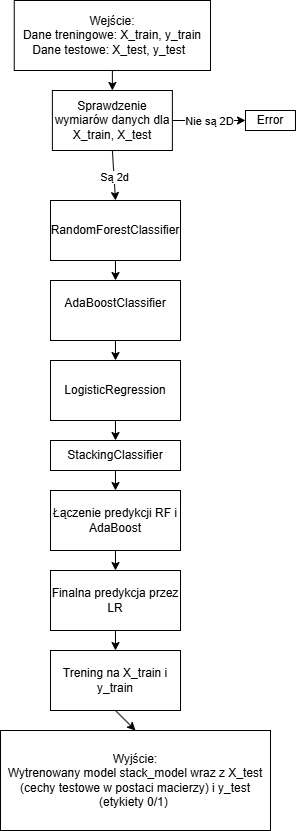
Earlier version of the draw.io export img/diagrams/metoda14.drawio.png (Foxxich/thesis). Source tidied: cells renumbered, new cells last; positions are measured from the earlier drawing's top-left corner, leaving out a move shared by most shapes.
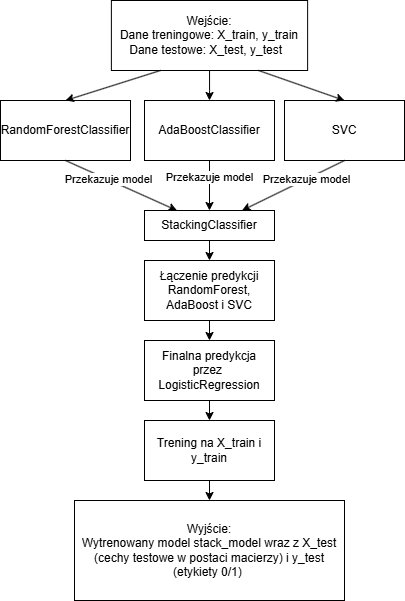
Later version of the same file.

Change to the diagram source:
```diff
@@ -2,62 +2,37 @@
   <root>
     <mxCell id="0" />
     <mxCell id="1" parent="0" />
+    <mxCell id="25" style="edgeStyle=orthogonalEdgeStyle;rounded=0;jettySize=auto;html=1;entryX=0.5;entryY=0;entryDx=0;entryDy=0;" parent="1" edge="1" source="2" target="11">
+      <mxGeometry relative="1" as="geometry" />
+    </mxCell>
     <mxCell id="2" value="&lt;div&gt;Wejście:&lt;/div&gt;&lt;div&gt;&lt;span style=&quot;background-color: transparent; color: light-dark(rgb(0, 0, 0), rgb(255, 255, 255));&quot;&gt;Dane treningowe: X_train, y_train&lt;/span&gt;&lt;/div&gt;&lt;div&gt;&lt;span style=&quot;background-color: transparent; color: light-dark(rgb(0, 0, 0), rgb(255, 255, 255));&quot;&gt;Dane testowe: X_test, y_test&amp;nbsp;&amp;nbsp;&lt;/span&gt;&lt;/div&gt;" style="rounded=0;whiteSpace=wrap;html=1;" parent="1" vertex="1">
-      <mxGeometry x="13.8" width="196.2" height="70" as="geometry" />
+      <mxGeometry x="30.9" width="196.2" height="70" as="geometry" />
     </mxCell>
-    <mxCell id="3" value="Sprawdzenie wymiarów danych dla X_train, X_test" style="rounded=0;whiteSpace=wrap;html=1;" parent="1" vertex="1">
-      <mxGeometry x="51.9" y="90" width="120" height="60" as="geometry" />
-    </mxCell>
-    <mxCell id="4" style="endArrow=classic;html=1;rounded=0;exitX=0.5;exitY=1;exitDx=0;exitDy=0;entryX=0.5;entryY=0;entryDx=0;entryDy=0;" parent="1" edge="1" source="3" target="10">
-      <mxGeometry relative="1" as="geometry" />
-    </mxCell>
-    <mxCell id="5" value="Są&amp;nbsp;2d" style="edgeLabel;html=1;align=center;verticalAlign=middle;" parent="4" vertex="1">
-      <mxGeometry x="0.18" y="1" relative="1" as="geometry">
-        <mxPoint x="-1" y="-3" as="offset" />
-      </mxGeometry>
-    </mxCell>
-    <mxCell id="6" style="endArrow=classic;html=1;rounded=0;exitX=1;exitY=0.5;exitDx=0;exitDy=0;" parent="1" edge="1" source="3">
-      <mxGeometry relative="1" as="geometry">
-        <mxPoint x="245" y="120" as="targetPoint" />
-      </mxGeometry>
-    </mxCell>
-    <mxCell id="7" value="Nie są 2D" style="edgeLabel;html=1;align=center;verticalAlign=middle;" parent="6" vertex="1">
-      <mxGeometry x="0.52" y="-1" relative="1" as="geometry">
-        <mxPoint x="-19" y="-1" as="offset" />
-      </mxGeometry>
-    </mxCell>
-    <mxCell id="8" value="Error" style="rounded=0;whiteSpace=wrap;html=1;" parent="1" vertex="1">
-      <mxGeometry x="245" y="110" width="50" height="20" as="geometry" />
-    </mxCell>
-    <mxCell id="9" style="endArrow=classic;html=1;rounded=0;exitX=0.5;exitY=1;exitDx=0;exitDy=0;entryX=0.5;entryY=0;entryDx=0;entryDy=0;" parent="1" edge="1" source="2" target="3">
-      <mxGeometry relative="1" as="geometry" />
-    </mxCell>
     <mxCell id="10" value="&lt;div&gt;RandomForestClassifier&lt;/div&gt;" style="rounded=0;whiteSpace=wrap;html=1;" parent="1" vertex="1">
-      <mxGeometry x="50" y="200" width="130" height="60" as="geometry" />
+      <mxGeometry x="-80" y="100" width="130" height="60" as="geometry" />
     </mxCell>
-    <mxCell id="11" value="&#10;&lt;div&gt;AdaBoostClassifier&lt;/div&gt;&#10;&#10;" style="rounded=0;whiteSpace=wrap;html=1;" parent="1" vertex="1">
-      <mxGeometry x="50" y="280" width="130" height="60" as="geometry" />
+    <mxCell id="11" value="&lt;div&gt;AdaBoostClassifier&lt;/div&gt;" style="rounded=0;whiteSpace=wrap;html=1;" parent="1" vertex="1">
+      <mxGeometry x="64" y="100" width="130" height="60" as="geometry" />
     </mxCell>
-    <mxCell id="12" value="&lt;div&gt;LogisticRegression&lt;/div&gt;" style="rounded=0;whiteSpace=wrap;html=1;" parent="1" vertex="1">
-      <mxGeometry x="50" y="360" width="130" height="60" as="geometry" />
-    </mxCell>
     <mxCell id="13" value="&lt;div&gt;StackingClassifier&lt;/div&gt;" style="rounded=0;whiteSpace=wrap;html=1;" parent="1" vertex="1">
-      <mxGeometry x="50" y="440" width="130" height="30" as="geometry" />
+      <mxGeometry x="64" y="210" width="130" height="30" as="geometry" />
     </mxCell>
-    <mxCell id="14" value="&lt;div&gt;&lt;span style=&quot;background-color: transparent; color: light-dark(rgb(0, 0, 0), rgb(255, 255, 255));&quot;&gt;Łączenie predykcji RF i AdaBoost&lt;/span&gt;&lt;/div&gt;" style="rounded=0;whiteSpace=wrap;html=1;" parent="1" vertex="1">
-      <mxGeometry x="50" y="490" width="130" height="60" as="geometry" />
+    <mxCell id="14" value="&lt;div&gt;&lt;span style=&quot;background-color: transparent; color: light-dark(rgb(0, 0, 0), rgb(255, 255, 255));&quot;&gt;Łączenie predykcji RandomForest, AdaBoost i SVC&lt;/span&gt;&lt;/div&gt;" style="rounded=0;whiteSpace=wrap;html=1;" parent="1" vertex="1">
+      <mxGeometry x="64" y="260" width="130" height="60" as="geometry" />
     </mxCell>
-    <mxCell id="15" value="&lt;div&gt;&lt;span style=&quot;background-color: transparent; color: light-dark(rgb(0, 0, 0), rgb(255, 255, 255));&quot;&gt;Finalna predykcja przez LR&lt;/span&gt;&lt;/div&gt;" style="rounded=0;whiteSpace=wrap;html=1;" parent="1" vertex="1">
-      <mxGeometry x="50" y="570" width="130" height="60" as="geometry" />
+    <mxCell id="15" value="&lt;div&gt;&lt;span style=&quot;background-color: transparent; color: light-dark(rgb(0, 0, 0), rgb(255, 255, 255));&quot;&gt;Finalna predykcja przez&amp;nbsp;&lt;/span&gt;&lt;/div&gt;&lt;div&gt;&lt;span style=&quot;background-color: transparent; color: light-dark(rgb(0, 0, 0), rgb(255, 255, 255));&quot;&gt;LogisticRegression&lt;/span&gt;&lt;/div&gt;" style="rounded=0;whiteSpace=wrap;html=1;" parent="1" vertex="1">
+      <mxGeometry x="64" y="340" width="130" height="60" as="geometry" />
     </mxCell>
     <mxCell id="16" value="Trening na X_train i y_train" style="rounded=0;whiteSpace=wrap;html=1;" parent="1" vertex="1">
-      <mxGeometry x="50" y="650" width="130" height="60" as="geometry" />
+      <mxGeometry x="64" y="420" width="130" height="60" as="geometry" />
     </mxCell>
     <mxCell id="17" value="&lt;div&gt;Wyjście:&lt;/div&gt;&lt;div&gt;Wytrenowany model&amp;nbsp;&lt;span style=&quot;background-color: transparent; color: light-dark(rgb(0, 0, 0), rgb(255, 255, 255));&quot;&gt;stack_model&amp;nbsp;&lt;/span&gt;&lt;span style=&quot;background-color: transparent; color: light-dark(rgb(0, 0, 0), rgb(255, 255, 255));&quot;&gt;wraz z&amp;nbsp;&lt;/span&gt;&lt;span style=&quot;background-color: transparent; color: light-dark(rgb(0, 0, 0), rgb(255, 255, 255));&quot;&gt;X_test (c&lt;/span&gt;&lt;span style=&quot;background-color: transparent; color: light-dark(rgb(0, 0, 0), rgb(255, 255, 255));&quot;&gt;echy testowe w postaci macierzy&lt;/span&gt;&lt;span style=&quot;background-color: transparent; color: light-dark(rgb(0, 0, 0), rgb(255, 255, 255));&quot;&gt;) i&amp;nbsp;&lt;/span&gt;&lt;span style=&quot;background-color: transparent; color: light-dark(rgb(0, 0, 0), rgb(255, 255, 255));&quot;&gt;y_test (etykiety 0/1)&lt;/span&gt;&lt;span style=&quot;background-color: transparent; color: light-dark(rgb(0, 0, 0), rgb(255, 255, 255));&quot;&gt;&amp;nbsp;&lt;/span&gt;&lt;/div&gt;" style="rounded=0;whiteSpace=wrap;html=1;" parent="1" vertex="1">
-      <mxGeometry y="730" width="270" height="100" as="geometry" />
+      <mxGeometry x="-6" y="500" width="270" height="100" as="geometry" />
     </mxCell>
-    <mxCell id="18" style="endArrow=classic;html=1;rounded=0;entryX=0.5;entryY=0;entryDx=0;entryDy=0;exitX=0.5;exitY=1;exitDx=0;exitDy=0;" parent="1" edge="1" source="16" target="17">
-      <mxGeometry relative="1" as="geometry" />
+    <mxCell id="18" style="endArrow=classic;html=1;rounded=0;entryX=0.5;entryY=0;entryDx=0;entryDy=0;exitX=0.5;exitY=1;exitDx=0;exitDy=0;" parent="1" edge="1" source="16">
+      <mxGeometry relative="1" as="geometry">
+        <mxPoint x="129" y="500" as="targetPoint" />
+      </mxGeometry>
     </mxCell>
     <mxCell id="19" style="endArrow=classic;html=1;rounded=0;entryX=0.5;entryY=0;entryDx=0;entryDy=0;exitX=0.5;exitY=1;exitDx=0;exitDy=0;" parent="1" edge="1" source="15" target="16">
       <mxGeometry relative="1" as="geometry" />
@@ -68,14 +43,38 @@
     <mxCell id="21" style="endArrow=classic;html=1;rounded=0;entryX=0.5;entryY=0;entryDx=0;entryDy=0;exitX=0.5;exitY=1;exitDx=0;exitDy=0;" parent="1" edge="1" source="13" target="14">
       <mxGeometry relative="1" as="geometry" />
     </mxCell>
-    <mxCell id="22" style="endArrow=classic;html=1;rounded=0;entryX=0.5;entryY=0;entryDx=0;entryDy=0;exitX=0.5;exitY=1;exitDx=0;exitDy=0;" parent="1" edge="1" source="12" target="13">
-      <mxGeometry relative="1" as="geometry" />
-    </mxCell>
-    <mxCell id="23" style="endArrow=classic;html=1;rounded=0;entryX=0.5;entryY=0;entryDx=0;entryDy=0;exitX=0.5;exitY=1;exitDx=0;exitDy=0;" parent="1" edge="1" source="11" target="12">
-      <mxGeometry relative="1" as="geometry" />
+    <mxCell id="23" style="endArrow=classic;html=1;rounded=0;entryX=0.5;entryY=0;entryDx=0;entryDy=0;exitX=0.5;exitY=1;exitDx=0;exitDy=0;" parent="1" edge="1" source="11">
+      <mxGeometry relative="1" as="geometry">
+        <mxPoint x="129" y="210" as="targetPoint" />
+      </mxGeometry>
     </mxCell>
-    <mxCell id="24" style="endArrow=classic;html=1;rounded=0;entryX=0.5;entryY=0;entryDx=0;entryDy=0;exitX=0.5;exitY=1;exitDx=0;exitDy=0;" parent="1" edge="1" source="10" target="11">
-      <mxGeometry relative="1" as="geometry" />
-    </mxCell>
+    <mxCell id="26" value="Przekazuje model" style="edgeLabel;html=1;align=center;verticalAlign=middle;" parent="23" vertex="1">
+      <mxGeometry x="-0.33" relative="1" as="geometry" />
+    </mxCell>
+    <mxCell id="27" value="SVC" style="rounded=0;whiteSpace=wrap;html=1;" parent="1" vertex="1">
+      <mxGeometry x="204" y="100" width="120" height="60" as="geometry" />
+    </mxCell>
+    <mxCell id="28" style="endArrow=classic;html=1;rounded=0;exitX=0.75;exitY=1;exitDx=0;exitDy=0;entryX=0.5;entryY=0;entryDx=0;entryDy=0;" parent="1" edge="1" source="2" target="27">
+      <mxGeometry relative="1" as="geometry" />
+    </mxCell>
+    <mxCell id="29" style="endArrow=classic;html=1;rounded=0;exitX=0.25;exitY=1;exitDx=0;exitDy=0;entryX=0.5;entryY=0;entryDx=0;entryDy=0;" parent="1" edge="1" source="2" target="10">
+      <mxGeometry relative="1" as="geometry" />
+    </mxCell>
+    <mxCell id="30" style="endArrow=classic;html=1;rounded=0;exitX=0.5;exitY=1;exitDx=0;exitDy=0;entryX=0.25;entryY=0;entryDx=0;entryDy=0;" parent="1" edge="1" source="10">
+      <mxGeometry relative="1" as="geometry">
+        <mxPoint x="96.5" y="210" as="targetPoint" />
+      </mxGeometry>
+    </mxCell>
+    <mxCell id="31" value="Przekazuje model" style="edgeLabel;html=1;align=center;verticalAlign=middle;" parent="30" vertex="1">
+      <mxGeometry x="-0.24" relative="1" as="geometry" />
+    </mxCell>
+    <mxCell id="32" style="endArrow=classic;html=1;rounded=0;exitX=0.5;exitY=1;exitDx=0;exitDy=0;entryX=0.75;entryY=0;entryDx=0;entryDy=0;" parent="1" edge="1" source="27">
+      <mxGeometry relative="1" as="geometry">
+        <mxPoint x="161.5" y="210" as="targetPoint" />
+      </mxGeometry>
+    </mxCell>
+    <mxCell id="33" value="Przekazuje model" style="edgeLabel;html=1;align=center;verticalAlign=middle;" parent="32" vertex="1">
+      <mxGeometry x="-0.25" relative="1" as="geometry" />
+    </mxCell>
   </root>
 </mxGraphModel>
```
